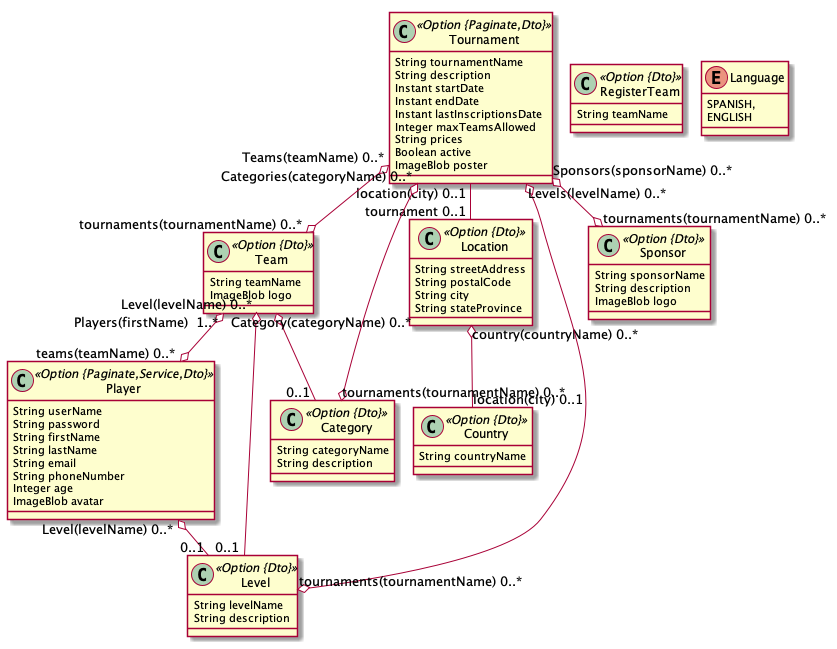
Earlier version of the PlantUML export padel-tm-app-gpt.png (jjsanbra/padelTMApp).
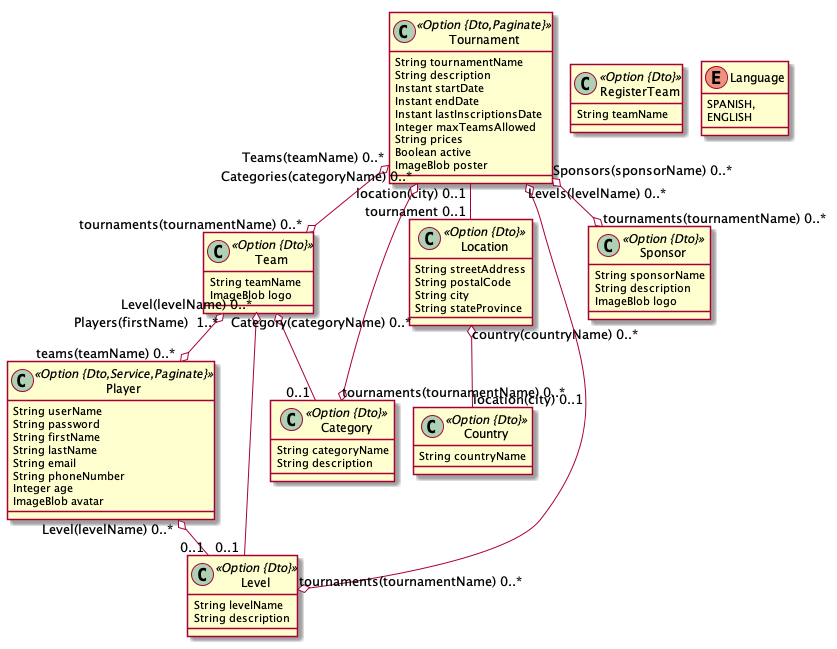
Later version of the same file.

What changed in the source:
```diff
@@ -1,7 +1,7 @@
 @startuml
 	!pragma layout smetana
 	!pragma syntax class
-	class Tournament <<Option {Paginate,Dto}>> {
+	class Tournament <<Option {Dto,Paginate}>> {
 		String tournamentName
 		String description
 		Instant startDate
@@ -12,7 +12,7 @@
 		Boolean active
 		ImageBlob poster
 	}
-	class Player <<Option {Paginate,Service,Dto}>> {
+	class Player <<Option {Dto,Service,Paginate}>> {
 		String userName
 		String password
 		String firstName
```
